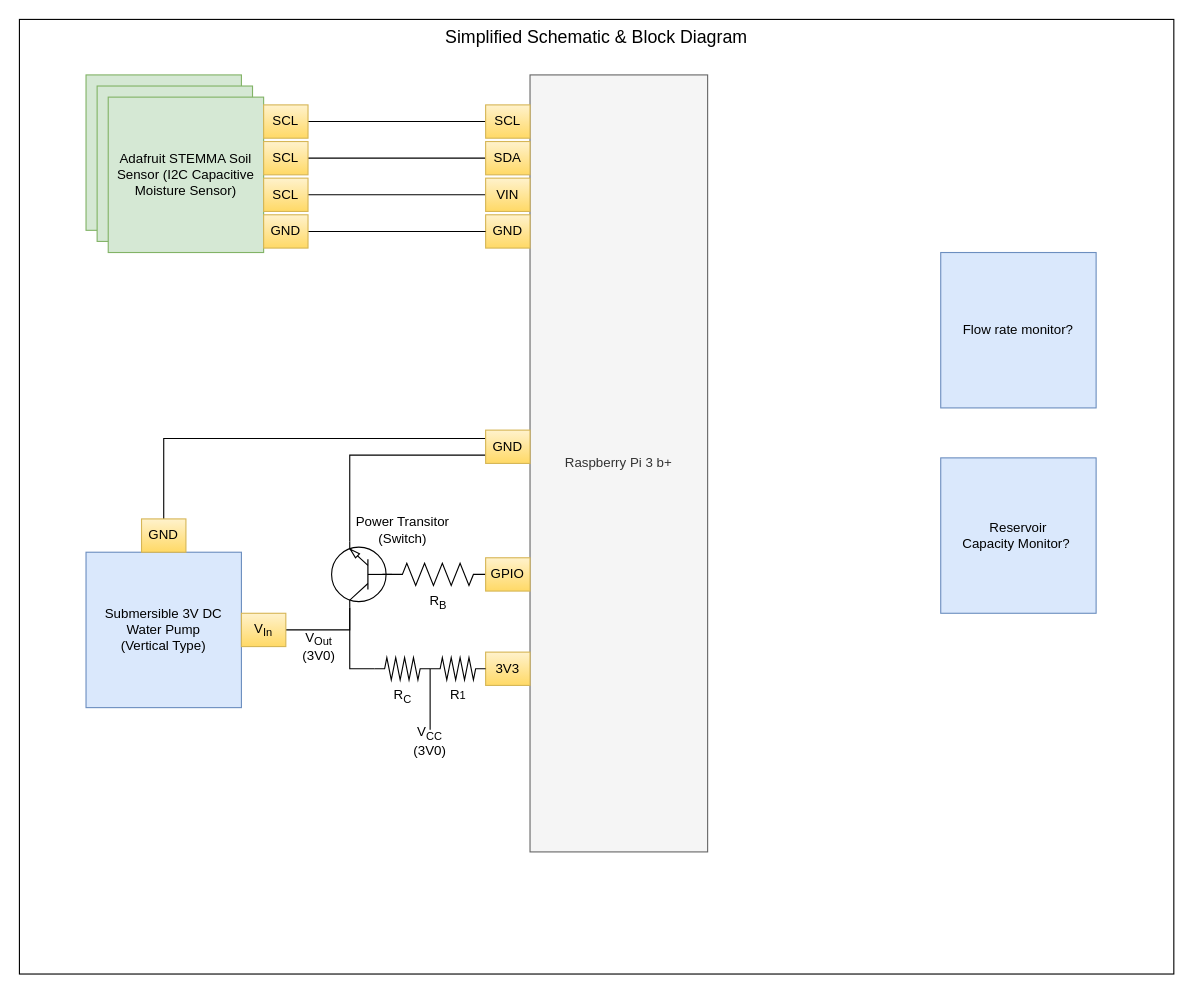
matwinte/raskovnik keeps this draw.io diagram as page "Schematic" (2 of 3) of doc/diagrams/project_diagrams.drawio. Above is the earlier version. Source tidied: cells renumbered, new cells numbered last; positions are measured from the earlier drawing's top-left corner, leaving out a move shared by most shapes. Both pictures are drawn from the tidied source at 111%, with x=0, y=0 at pixel (19, 19).
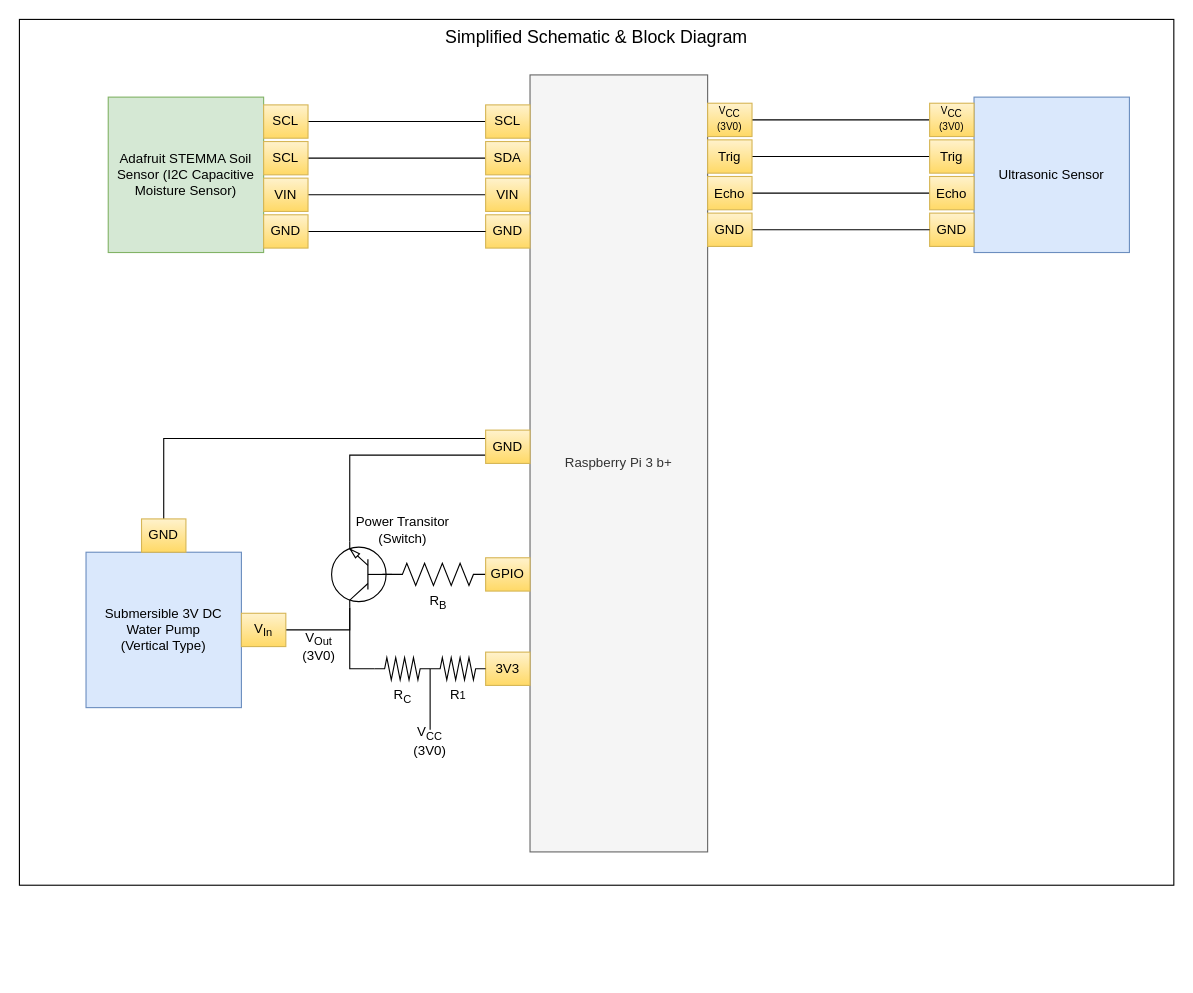
The same page after the edit.

Diff of the diagram source:
```diff
@@
     <mxCell id="2" value="Simplified Schematic &amp;amp; Block Diagram" style="rounded=0;whiteSpace=wrap;html=1;verticalAlign=top;fontSize=16;" parent="1" vertex="1">
-      <mxGeometry width="1040" height="860" as="geometry" />
+      <mxGeometry width="1040" height="780" as="geometry" />
     </mxCell>
-    <mxCell id="3" value="&lt;p style=&quot;margin-top: 0pt ; margin-bottom: 0pt ; margin-left: 0in ; direction: ltr ; unicode-bidi: embed ; word-break: normal&quot;&gt;&lt;br&gt;&lt;/p&gt;" style="whiteSpace=wrap;html=1;fillColor=#d5e8d4;strokeColor=#82b366;" parent="1" vertex="1">
-      <mxGeometry x="60" y="50" width="140" height="140" as="geometry" />
-    </mxCell>
@@
-    <mxCell id="8" value="&lt;p style=&quot;margin-top: 0pt ; margin-bottom: 0pt ; margin-left: 0in ; direction: ltr ; unicode-bidi: embed ; word-break: normal&quot;&gt;&lt;br&gt;&lt;/p&gt;" style="whiteSpace=wrap;html=1;fillColor=#d5e8d4;strokeColor=#82b366;" parent="1" vertex="1">
-      <mxGeometry x="70" y="60" width="140" height="140" as="geometry" />
-    </mxCell>
@@
-    <mxCell id="32" value="&lt;span&gt;SCL&lt;/span&gt;" style="rounded=0;whiteSpace=wrap;html=1;fillColor=#fff2cc;strokeColor=#d6b656;gradientColor=#ffd966;" parent="1" vertex="1">
+    <mxCell id="32" value="VIN" style="rounded=0;whiteSpace=wrap;html=1;fillColor=#fff2cc;strokeColor=#d6b656;gradientColor=#ffd966;" parent="1" vertex="1">
       <mxGeometry x="220" y="143" width="40" height="30" as="geometry" />
     </mxCell>
@@
-    <mxCell id="37" value="&lt;p style=&quot;margin-top: 0pt ; margin-bottom: 0pt ; margin-left: 0in ; direction: ltr ; unicode-bidi: embed ; word-break: normal&quot;&gt;Flow rate monitor?&lt;/p&gt;" style="whiteSpace=wrap;html=1;fillColor=#dae8fc;strokeColor=#6c8ebf;" parent="1" vertex="1">
-      <mxGeometry x="830" y="210" width="140" height="140" as="geometry" />
-    </mxCell>
-    <mxCell id="38" value="&lt;p style=&quot;margin-top: 0pt ; margin-bottom: 0pt ; margin-left: 0in ; direction: ltr ; unicode-bidi: embed ; word-break: normal&quot;&gt;Reservoir&lt;/p&gt;&lt;p style=&quot;margin-top: 0pt ; margin-bottom: 0pt ; margin-left: 0in ; direction: ltr ; unicode-bidi: embed ; word-break: normal&quot;&gt;Capacity Monitor?&amp;nbsp;&lt;/p&gt;" style="whiteSpace=wrap;html=1;fillColor=#dae8fc;strokeColor=#6c8ebf;" parent="1" vertex="1">
-      <mxGeometry x="830" y="395" width="140" height="140" as="geometry" />
+    <mxCell id="38" value="&lt;p style=&quot;margin-top: 0pt ; margin-bottom: 0pt ; margin-left: 0in ; direction: ltr ; unicode-bidi: embed ; word-break: normal&quot;&gt;Ultrasonic Sensor&lt;/p&gt;" style="whiteSpace=wrap;html=1;fillColor=#dae8fc;strokeColor=#6c8ebf;" parent="1" vertex="1">
+      <mxGeometry x="860" y="70" width="140" height="140" as="geometry" />
     </mxCell>
+    <mxCell id="39" style="edgeStyle=orthogonalEdgeStyle;rounded=0;jettySize=auto;html=1;exitX=1;exitY=0.5;exitDx=0;exitDy=0;entryX=0;entryY=0.5;entryDx=0;entryDy=0;startArrow=none;startFill=1;endArrow=none;endFill=0;" parent="1" edge="1" source="45" target="42">
+      <mxGeometry relative="1" as="geometry" />
+    </mxCell>
+    <mxCell id="40" style="edgeStyle=orthogonalEdgeStyle;rounded=0;jettySize=auto;html=1;exitX=1;exitY=0.5;exitDx=0;exitDy=0;entryX=0;entryY=0.5;entryDx=0;entryDy=0;startArrow=none;startFill=1;endArrow=none;endFill=0;" parent="1" edge="1" source="46" target="43">
+      <mxGeometry relative="1" as="geometry" />
+    </mxCell>
+    <mxCell id="41" style="edgeStyle=orthogonalEdgeStyle;rounded=0;jettySize=auto;html=1;exitX=1;exitY=0.5;exitDx=0;exitDy=0;entryX=0;entryY=0.5;entryDx=0;entryDy=0;endArrow=none;endFill=0;startArrow=none;startFill=1;" parent="1" edge="1" source="47" target="44">
+      <mxGeometry relative="1" as="geometry" />
+    </mxCell>
+    <mxCell id="42" value="V&lt;sub style=&quot;font-size: 9px;&quot;&gt;CC&lt;br style=&quot;font-size: 9px;&quot;&gt;&lt;/sub&gt;(3V0)&lt;sub style=&quot;font-size: 9px;&quot;&gt;&lt;br style=&quot;font-size: 9px;&quot;&gt;&lt;/sub&gt;" style="rounded=0;whiteSpace=wrap;html=1;fillColor=#fff2cc;strokeColor=#d6b656;gradientColor=#ffd966;fontSize=9;" parent="1" vertex="1">
+      <mxGeometry x="820" y="75.5" width="40" height="30" as="geometry" />
+    </mxCell>
+    <mxCell id="43" value="Trig" style="rounded=0;whiteSpace=wrap;html=1;fillColor=#fff2cc;strokeColor=#d6b656;gradientColor=#ffd966;" parent="1" vertex="1">
+      <mxGeometry x="820" y="108.5" width="40" height="30" as="geometry" />
+    </mxCell>
+    <mxCell id="44" value="Echo" style="rounded=0;whiteSpace=wrap;html=1;fillColor=#fff2cc;strokeColor=#d6b656;gradientColor=#ffd966;" parent="1" vertex="1">
+      <mxGeometry x="820" y="141.5" width="40" height="30" as="geometry" />
+    </mxCell>
+    <mxCell id="45" value="V&lt;sub style=&quot;font-size: 9px;&quot;&gt;CC&lt;br style=&quot;font-size: 9px;&quot;&gt;&lt;/sub&gt;(3V0)&lt;sub style=&quot;font-size: 9px;&quot;&gt;&lt;br style=&quot;font-size: 9px;&quot;&gt;&lt;/sub&gt;" style="rounded=0;whiteSpace=wrap;html=1;fillColor=#fff2cc;strokeColor=#d6b656;gradientColor=#ffd966;fontSize=9;" parent="1" vertex="1">
+      <mxGeometry x="620" y="75.5" width="40" height="30" as="geometry" />
+    </mxCell>
+    <mxCell id="46" value="&lt;span&gt;Trig&lt;/span&gt;" style="rounded=0;whiteSpace=wrap;html=1;fillColor=#fff2cc;strokeColor=#d6b656;gradientColor=#ffd966;" parent="1" vertex="1">
+      <mxGeometry x="620" y="108.5" width="40" height="30" as="geometry" />
+    </mxCell>
+    <mxCell id="47" value="&lt;span&gt;Echo&lt;/span&gt;" style="rounded=0;whiteSpace=wrap;html=1;fillColor=#fff2cc;strokeColor=#d6b656;gradientColor=#ffd966;" parent="1" vertex="1">
+      <mxGeometry x="620" y="141.5" width="40" height="30" as="geometry" />
+    </mxCell>
+    <mxCell id="48" value="&lt;span&gt;GND&lt;/span&gt;" style="rounded=0;whiteSpace=wrap;html=1;fillColor=#fff2cc;strokeColor=#d6b656;gradientColor=#ffd966;" parent="1" vertex="1">
+      <mxGeometry x="820" y="174.5" width="40" height="30" as="geometry" />
+    </mxCell>
+    <mxCell id="49" style="edgeStyle=orthogonalEdgeStyle;rounded=0;jettySize=auto;html=1;exitX=1;exitY=0.5;exitDx=0;exitDy=0;entryX=0;entryY=0.5;entryDx=0;entryDy=0;startArrow=none;startFill=0;endArrow=none;endFill=0;" parent="1" edge="1" source="50" target="48">
+      <mxGeometry relative="1" as="geometry" />
+    </mxCell>
+    <mxCell id="50" value="&lt;span&gt;GND&lt;/span&gt;" style="rounded=0;whiteSpace=wrap;html=1;fillColor=#fff2cc;strokeColor=#d6b656;gradientColor=#ffd966;" parent="1" vertex="1">
+      <mxGeometry x="620" y="174.5" width="40" height="30" as="geometry" />
+    </mxCell>
```
